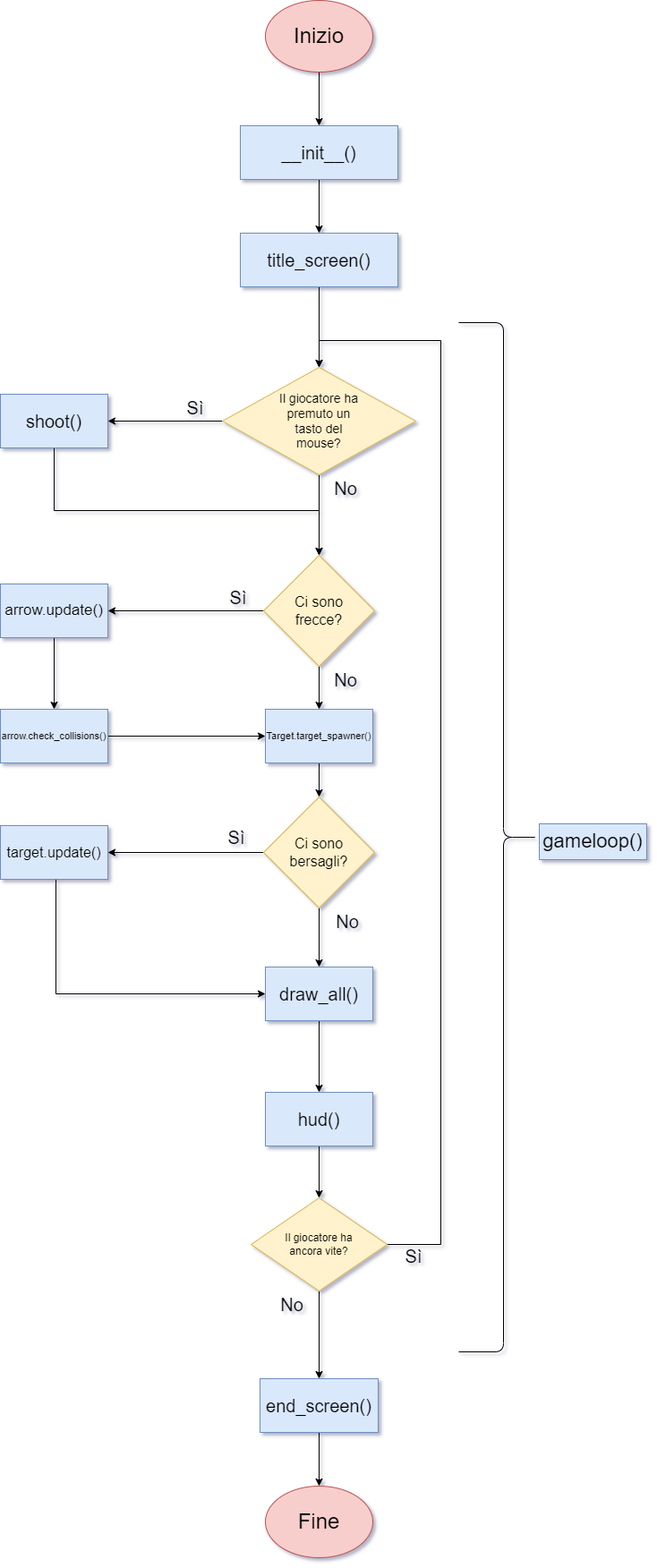
Before: diagramma-gioco.png, a diagram exported from draw.io (GabrieleFerrante/barraCatalanoFerranteRussoPy). Source tidied: cells renumbered, new cells last; positions are measured from the earlier drawing's top-left corner, leaving out a move shared by most shapes.
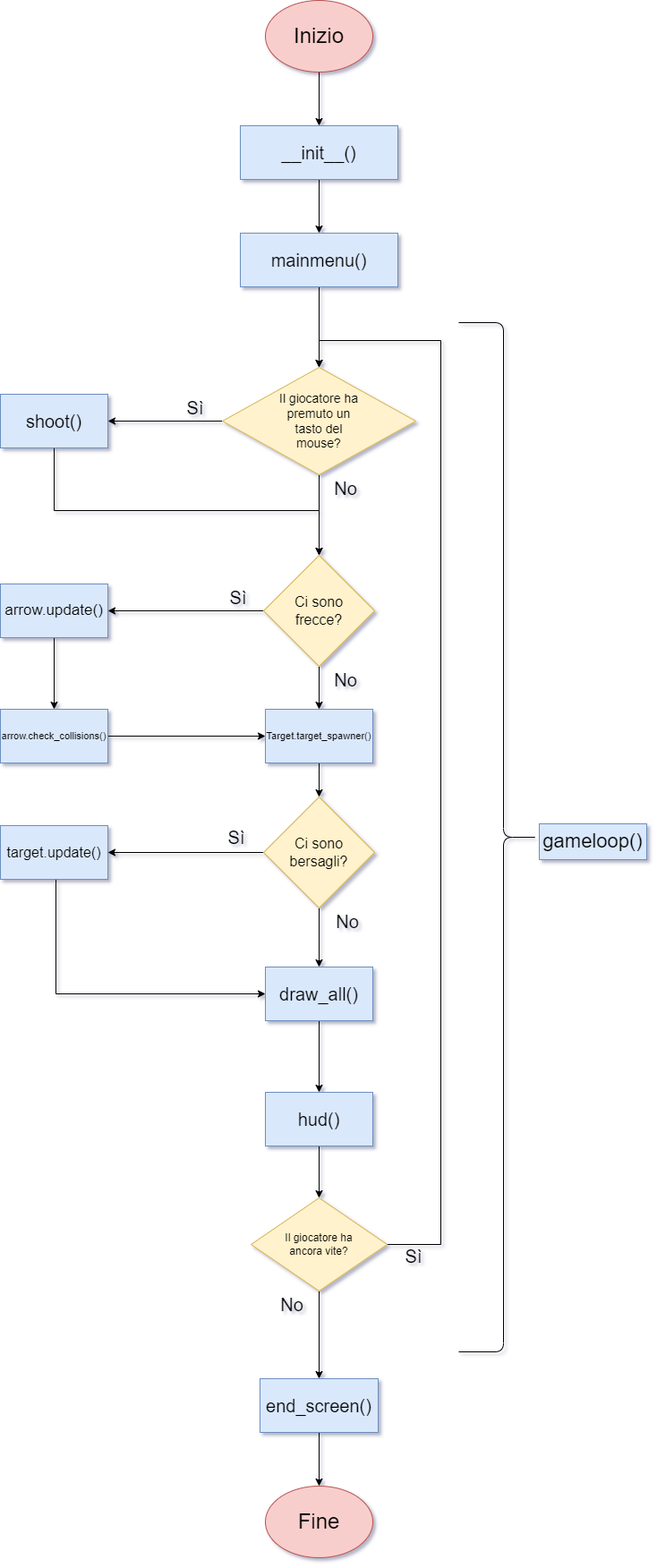
After the commit.

What changed in the source:
```diff
@@ -137,7 +137,7 @@
     <mxCell id="41" style="edgeStyle=orthogonalEdgeStyle;rounded=0;jettySize=auto;html=1;entryX=0.5;entryY=0;entryDx=0;entryDy=0;fontSize=16;" parent="1" edge="1" source="42" target="8">
       <mxGeometry relative="1" as="geometry" />
     </mxCell>
-    <mxCell id="42" value="&lt;font style=&quot;font-size: 20px&quot;&gt;title_screen()&lt;/font&gt;" style="rounded=0;whiteSpace=wrap;html=1;labelBackgroundColor=none;fontSize=24;fillColor=#dae8fc;strokeColor=#6c8ebf;verticalAlign=middle;spacing=2;" parent="1" vertex="1">
+    <mxCell id="42" value="&lt;font style=&quot;font-size: 20px&quot;&gt;mainmenu()&lt;/font&gt;" style="rounded=0;whiteSpace=wrap;html=1;labelBackgroundColor=none;fontSize=24;fillColor=#dae8fc;strokeColor=#6c8ebf;verticalAlign=middle;spacing=2;" parent="1" vertex="1">
       <mxGeometry x="268" y="260" width="176" height="60" as="geometry" />
     </mxCell>
     <mxCell id="43" style="edgeStyle=orthogonalEdgeStyle;rounded=0;jettySize=auto;html=1;entryX=0.5;entryY=0;entryDx=0;entryDy=0;fontSize=16;" parent="1" edge="1" source="44" target="25">
```
